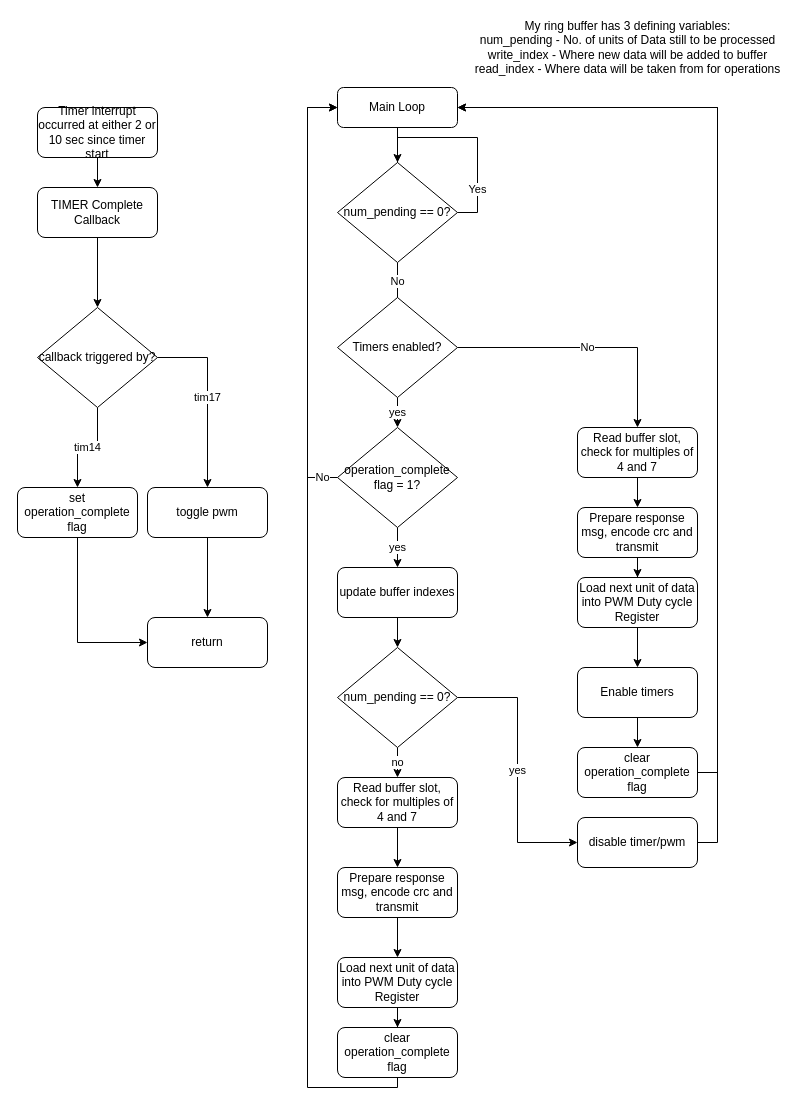
Above: page "Main Loop" (2 of 6) of Documentation/Flowchart.drawio in nagars/CPDM-IISc (draw.io), before the change. Source tidied: cells renumbered, new cells numbered last; positions are measured from the earlier drawing's top-left corner, leaving out a move shared by most shapes. Both pictures are drawn from the tidied source at 100%, with x=0, y=0 at pixel (17, 17).
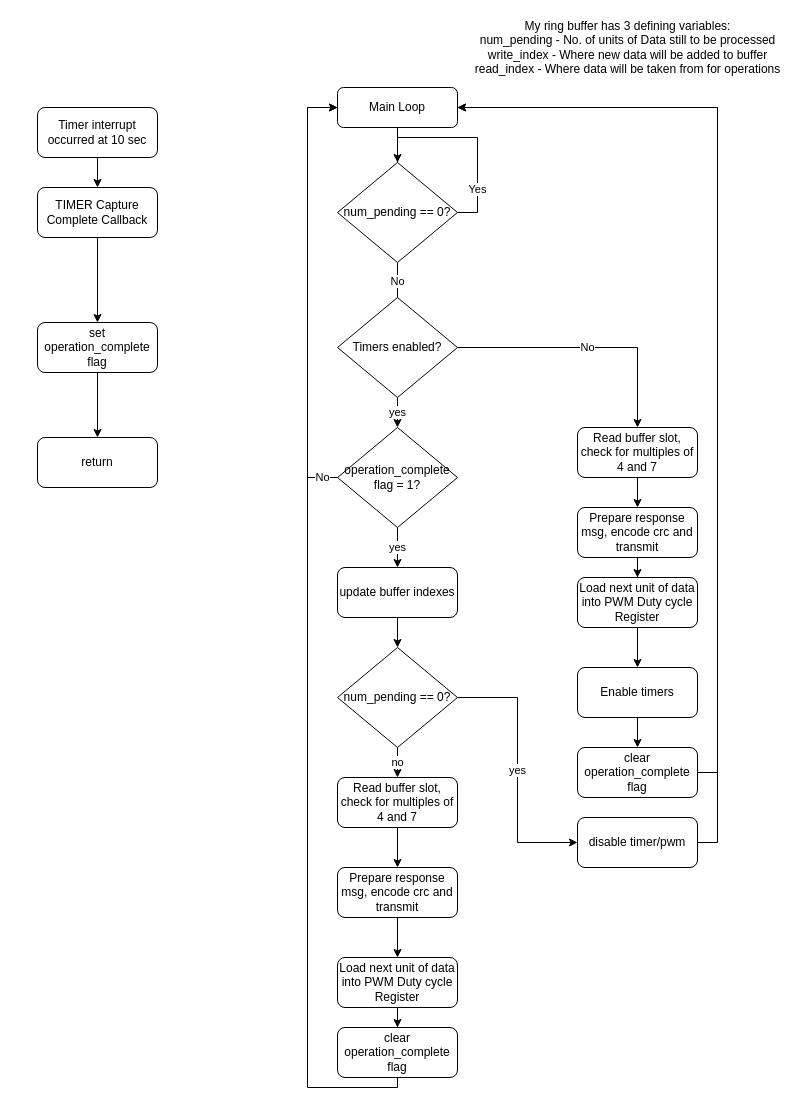
After the change.

Diff of the diagram source:
```diff
@@
-    <mxCell id="18" value="Timer interrupt occurred at either 2 or 10 sec since timer start" style="rounded=1;whiteSpace=wrap;html=1;fontSize=12;glass=0;strokeWidth=1;shadow=0;" parent="1" vertex="1">
+    <mxCell id="18" value="Timer interrupt occurred at 10 sec" style="rounded=1;whiteSpace=wrap;html=1;fontSize=12;glass=0;strokeWidth=1;shadow=0;" parent="1" vertex="1">
       <mxGeometry x="20" y="90" width="120" height="50" as="geometry" />
     </mxCell>
-    <mxCell id="19" value="tim14" style="edgeStyle=orthogonalEdgeStyle;rounded=0;jettySize=auto;html=1;entryX=0.5;entryY=0;entryDx=0;entryDy=0;" parent="1" edge="1" source="25" target="23">
-      <mxGeometry relative="1" as="geometry" />
-    </mxCell>
-    <mxCell id="20" style="edgeStyle=orthogonalEdgeStyle;rounded=0;jettySize=auto;html=1;entryX=0.5;entryY=0;entryDx=0;entryDy=0;" parent="1" edge="1" source="21" target="25">
+    <mxCell id="20" style="edgeStyle=orthogonalEdgeStyle;rounded=0;jettySize=auto;html=1;entryX=0.5;entryY=0;entryDx=0;entryDy=0;" parent="1" edge="1" source="21" target="23">
       <mxGeometry relative="1" as="geometry" />
     </mxCell>
-    <mxCell id="21" value="TIMER Complete Callback" style="rounded=1;whiteSpace=wrap;html=1;fontSize=12;glass=0;strokeWidth=1;shadow=0;" parent="1" vertex="1">
+    <mxCell id="21" value="TIMER Capture Complete Callback" style="rounded=1;whiteSpace=wrap;html=1;fontSize=12;glass=0;strokeWidth=1;shadow=0;" parent="1" vertex="1">
       <mxGeometry x="20" y="170" width="120" height="50" as="geometry" />
     </mxCell>
-    <mxCell id="22" style="edgeStyle=orthogonalEdgeStyle;rounded=0;jettySize=auto;html=1;entryX=0;entryY=0.5;entryDx=0;entryDy=0;exitX=0.5;exitY=1;exitDx=0;exitDy=0;" parent="1" edge="1" source="23" target="30">
+    <mxCell id="22" style="edgeStyle=orthogonalEdgeStyle;rounded=0;jettySize=auto;html=1;" parent="1" edge="1" source="23" target="30">
       <mxGeometry relative="1" as="geometry" />
     </mxCell>
     <mxCell id="23" value="set operation_complete flag" style="rounded=1;whiteSpace=wrap;html=1;fontSize=12;glass=0;strokeWidth=1;shadow=0;" parent="1" vertex="1">
-      <mxGeometry y="470" width="120" height="50" as="geometry" />
+      <mxGeometry x="20" y="305" width="120" height="50" as="geometry" />
     </mxCell>
@@
-    <mxCell id="25" value="callback triggered by?" style="rhombus;whiteSpace=wrap;html=1;" parent="1" vertex="1">
-      <mxGeometry x="20" y="290" width="120" height="100" as="geometry" />
-    </mxCell>
-    <mxCell id="26" style="edgeStyle=orthogonalEdgeStyle;rounded=0;jettySize=auto;html=1;" parent="1" edge="1" source="27" target="30">
-      <mxGeometry relative="1" as="geometry" />
-    </mxCell>
-    <mxCell id="27" value="toggle pwm" style="rounded=1;whiteSpace=wrap;html=1;fontSize=12;glass=0;strokeWidth=1;shadow=0;" parent="1" vertex="1">
-      <mxGeometry x="130" y="470" width="120" height="50" as="geometry" />
-    </mxCell>
@@
-    <mxCell id="29" value="tim17" style="edgeStyle=orthogonalEdgeStyle;rounded=0;jettySize=auto;html=1;entryX=0.5;entryY=0;entryDx=0;entryDy=0;exitX=1;exitY=0.5;exitDx=0;exitDy=0;" parent="1" edge="1" source="25" target="27">
-      <mxGeometry relative="1" as="geometry" />
-    </mxCell>
     <mxCell id="30" value="return" style="rounded=1;whiteSpace=wrap;html=1;fontSize=12;glass=0;strokeWidth=1;shadow=0;" parent="1" vertex="1">
-      <mxGeometry x="130" y="600" width="120" height="50" as="geometry" />
+      <mxGeometry x="20" y="420" width="120" height="50" as="geometry" />
     </mxCell>
```
